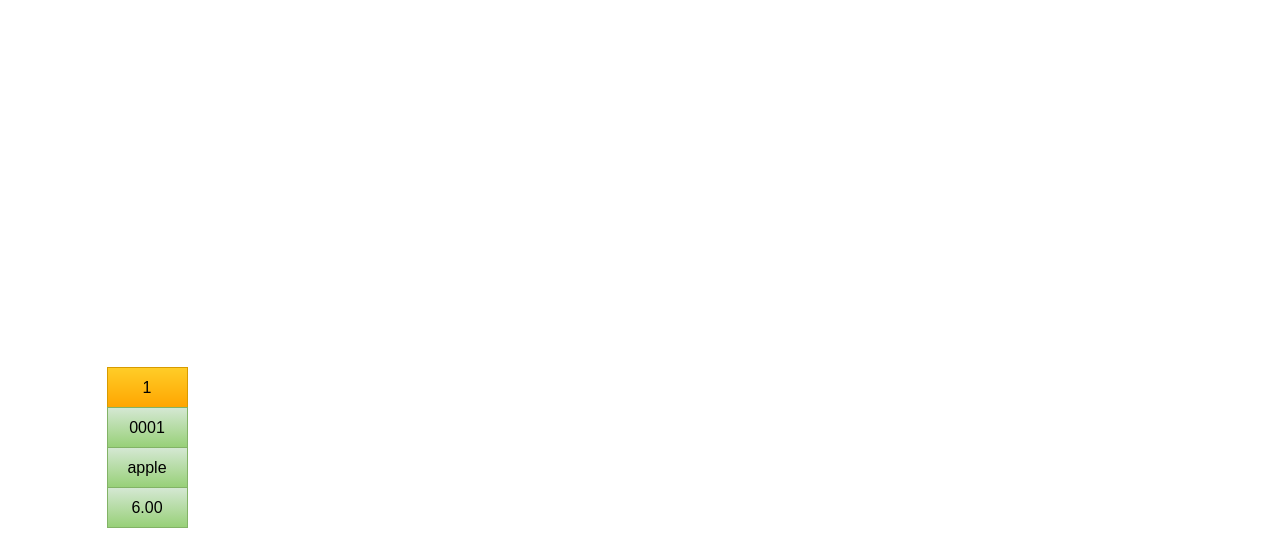
Before: mysql/索引/btree.drawio in xiaolincoder/ImageHost4, a draw.io diagram. Source tidied: cells renumbered, new cells numbered last; positions are measured from the earlier drawing's top-left corner, leaving out a move shared by most shapes. Both pictures are drawn from the tidied source at 100%, with x=0, y=0 at pixel (107, 367).
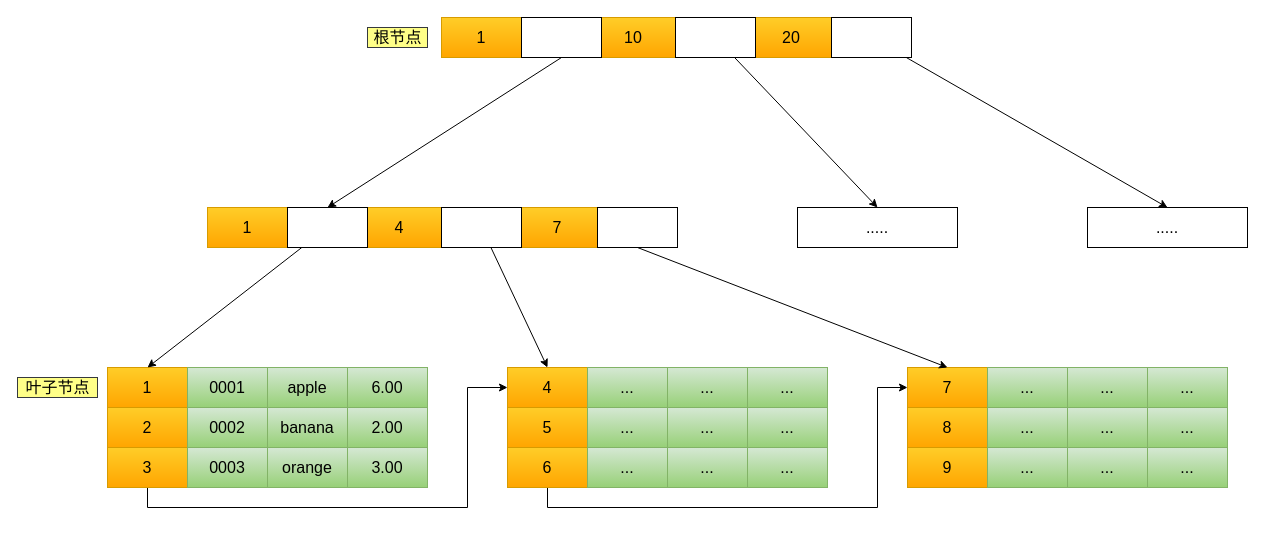
After the change.

The change refers to these unchanged cells:
```xml
<mxCell id="2" value="1" style="rounded=0;whiteSpace=wrap;html=1;fontSize=16;fillColor=#ffcd28;gradientColor=#ffa500;strokeColor=#d79b00;" parent="1" vertex="1">
  <mxGeometry width="80" height="40" as="geometry" />
</mxCell>
```

Change to the diagram source:
```diff
@@
     <mxCell id="3" value="0001" style="rounded=0;whiteSpace=wrap;html=1;fontSize=16;fillColor=#d5e8d4;gradientColor=#97d077;strokeColor=#82b366;" parent="1" vertex="1">
-      <mxGeometry y="40" width="80" height="40" as="geometry" />
+      <mxGeometry x="80" width="80" height="40" as="geometry" />
     </mxCell>
     <mxCell id="4" value="apple" style="rounded=0;whiteSpace=wrap;html=1;fontSize=16;fillColor=#d5e8d4;gradientColor=#97d077;strokeColor=#82b366;" parent="1" vertex="1">
-      <mxGeometry y="80" width="80" height="40" as="geometry" />
+      <mxGeometry x="160" width="80" height="40" as="geometry" />
     </mxCell>
     <mxCell id="5" value="6.00" style="rounded=0;whiteSpace=wrap;html=1;fontSize=16;fillColor=#d5e8d4;gradientColor=#97d077;strokeColor=#82b366;" parent="1" vertex="1">
-      <mxGeometry y="120" width="80" height="40" as="geometry" />
+      <mxGeometry x="240" width="80" height="40" as="geometry" />
     </mxCell>
+    <mxCell id="6" value="2" style="rounded=0;whiteSpace=wrap;html=1;fontSize=16;fillColor=#ffcd28;gradientColor=#ffa500;strokeColor=#d79b00;" parent="1" vertex="1">
+      <mxGeometry y="40" width="80" height="40" as="geometry" />
+    </mxCell>
+    <mxCell id="7" value="0002" style="rounded=0;whiteSpace=wrap;html=1;fontSize=16;fillColor=#d5e8d4;gradientColor=#97d077;strokeColor=#82b366;" parent="1" vertex="1">
+      <mxGeometry x="80" y="40" width="80" height="40" as="geometry" />
+    </mxCell>
+    <mxCell id="8" value="banana" style="rounded=0;whiteSpace=wrap;html=1;fontSize=16;fillColor=#d5e8d4;gradientColor=#97d077;strokeColor=#82b366;" parent="1" vertex="1">
+      <mxGeometry x="160" y="40" width="80" height="40" as="geometry" />
+    </mxCell>
+    <mxCell id="9" value="2.00" style="rounded=0;whiteSpace=wrap;html=1;fontSize=16;fillColor=#d5e8d4;gradientColor=#97d077;strokeColor=#82b366;" parent="1" vertex="1">
+      <mxGeometry x="240" y="40" width="80" height="40" as="geometry" />
+    </mxCell>
+    <mxCell id="10" value="1" style="rounded=0;whiteSpace=wrap;html=1;fontSize=16;fillColor=#ffcd28;gradientColor=#ffa500;strokeColor=#d79b00;" parent="1" vertex="1">
+      <mxGeometry x="100" y="-160" width="80" height="40" as="geometry" />
+    </mxCell>
+    <mxCell id="11" value="4" style="rounded=0;whiteSpace=wrap;html=1;fontSize=16;fillColor=#ffcd28;gradientColor=#ffa500;strokeColor=#d79b00;" parent="1" vertex="1">
+      <mxGeometry x="250" y="-160" width="84" height="40" as="geometry" />
+    </mxCell>
+    <mxCell id="12" value="7" style="rounded=0;whiteSpace=wrap;html=1;fontSize=16;fillColor=#ffcd28;gradientColor=#ffa500;strokeColor=#d79b00;" parent="1" vertex="1">
+      <mxGeometry x="410" y="-160" width="80" height="40" as="geometry" />
+    </mxCell>
+    <mxCell id="13" style="rounded=0;jettySize=auto;html=1;entryX=0;entryY=0.5;entryDx=0;entryDy=0;fontSize=16;exitX=0.5;exitY=1;exitDx=0;exitDy=0;edgeStyle=orthogonalEdgeStyle;" parent="1" edge="1" source="14" target="18">
+      <mxGeometry relative="1" as="geometry">
+        <Array as="points">
+          <mxPoint x="40" y="140" />
+          <mxPoint x="360" y="140" />
+          <mxPoint x="360" y="20" />
+        </Array>
+      </mxGeometry>
+    </mxCell>
+    <mxCell id="14" value="3" style="rounded=0;whiteSpace=wrap;html=1;fontSize=16;fillColor=#ffcd28;gradientColor=#ffa500;strokeColor=#d79b00;" parent="1" vertex="1">
+      <mxGeometry y="80" width="80" height="40" as="geometry" />
+    </mxCell>
+    <mxCell id="15" value="0003" style="rounded=0;whiteSpace=wrap;html=1;fontSize=16;fillColor=#d5e8d4;gradientColor=#97d077;strokeColor=#82b366;" parent="1" vertex="1">
+      <mxGeometry x="80" y="80" width="80" height="40" as="geometry" />
+    </mxCell>
+    <mxCell id="16" value="orange" style="rounded=0;whiteSpace=wrap;html=1;fontSize=16;fillColor=#d5e8d4;gradientColor=#97d077;strokeColor=#82b366;" parent="1" vertex="1">
+      <mxGeometry x="160" y="80" width="80" height="40" as="geometry" />
+    </mxCell>
+    <mxCell id="17" value="3.00" style="rounded=0;whiteSpace=wrap;html=1;fontSize=16;fillColor=#d5e8d4;gradientColor=#97d077;strokeColor=#82b366;" parent="1" vertex="1">
+      <mxGeometry x="240" y="80" width="80" height="40" as="geometry" />
+    </mxCell>
+    <mxCell id="18" value="4" style="rounded=0;whiteSpace=wrap;html=1;fontSize=16;fillColor=#ffcd28;gradientColor=#ffa500;strokeColor=#d79b00;" parent="1" vertex="1">
+      <mxGeometry x="400" width="80" height="40" as="geometry" />
+    </mxCell>
+    <mxCell id="19" value="..." style="rounded=0;whiteSpace=wrap;html=1;fontSize=16;fillColor=#d5e8d4;gradientColor=#97d077;strokeColor=#82b366;" parent="1" vertex="1">
+      <mxGeometry x="480" width="80" height="40" as="geometry" />
+    </mxCell>
+    <mxCell id="20" value="..." style="rounded=0;whiteSpace=wrap;html=1;fontSize=16;fillColor=#d5e8d4;gradientColor=#97d077;strokeColor=#82b366;" parent="1" vertex="1">
+      <mxGeometry x="560" width="80" height="40" as="geometry" />
+    </mxCell>
+    <mxCell id="21" value="..." style="rounded=0;whiteSpace=wrap;html=1;fontSize=16;fillColor=#d5e8d4;gradientColor=#97d077;strokeColor=#82b366;" parent="1" vertex="1">
+      <mxGeometry x="640" width="80" height="40" as="geometry" />
+    </mxCell>
+    <mxCell id="22" value="5" style="rounded=0;whiteSpace=wrap;html=1;fontSize=16;fillColor=#ffcd28;gradientColor=#ffa500;strokeColor=#d79b00;" parent="1" vertex="1">
+      <mxGeometry x="400" y="40" width="80" height="40" as="geometry" />
+    </mxCell>
+    <mxCell id="23" value="..." style="rounded=0;whiteSpace=wrap;html=1;fontSize=16;fillColor=#d5e8d4;gradientColor=#97d077;strokeColor=#82b366;" parent="1" vertex="1">
+      <mxGeometry x="480" y="40" width="80" height="40" as="geometry" />
+    </mxCell>
+    <mxCell id="24" value="..." style="rounded=0;whiteSpace=wrap;html=1;fontSize=16;fillColor=#d5e8d4;gradientColor=#97d077;strokeColor=#82b366;" parent="1" vertex="1">
+      <mxGeometry x="560" y="40" width="80" height="40" as="geometry" />
+    </mxCell>
+    <mxCell id="25" value="..." style="rounded=0;whiteSpace=wrap;html=1;fontSize=16;fillColor=#d5e8d4;gradientColor=#97d077;strokeColor=#82b366;" parent="1" vertex="1">
+      <mxGeometry x="640" y="40" width="80" height="40" as="geometry" />
+    </mxCell>
+    <mxCell id="26" style="edgeStyle=orthogonalEdgeStyle;rounded=0;jettySize=auto;html=1;entryX=0;entryY=0.5;entryDx=0;entryDy=0;fontSize=16;" parent="1" edge="1" source="27" target="31">
+      <mxGeometry relative="1" as="geometry">
+        <Array as="points">
+          <mxPoint x="440" y="140" />
+          <mxPoint x="770" y="140" />
+          <mxPoint x="770" y="20" />
+        </Array>
+      </mxGeometry>
+    </mxCell>
+    <mxCell id="27" value="6" style="rounded=0;whiteSpace=wrap;html=1;fontSize=16;fillColor=#ffcd28;gradientColor=#ffa500;strokeColor=#d79b00;" parent="1" vertex="1">
+      <mxGeometry x="400" y="80" width="80" height="40" as="geometry" />
+    </mxCell>
+    <mxCell id="28" value="..." style="rounded=0;whiteSpace=wrap;html=1;fontSize=16;fillColor=#d5e8d4;gradientColor=#97d077;strokeColor=#82b366;" parent="1" vertex="1">
+      <mxGeometry x="480" y="80" width="80" height="40" as="geometry" />
+    </mxCell>
+    <mxCell id="29" value="..." style="rounded=0;whiteSpace=wrap;html=1;fontSize=16;fillColor=#d5e8d4;gradientColor=#97d077;strokeColor=#82b366;" parent="1" vertex="1">
+      <mxGeometry x="560" y="80" width="80" height="40" as="geometry" />
+    </mxCell>
+    <mxCell id="30" value="..." style="rounded=0;whiteSpace=wrap;html=1;fontSize=16;fillColor=#d5e8d4;gradientColor=#97d077;strokeColor=#82b366;" parent="1" vertex="1">
+      <mxGeometry x="640" y="80" width="80" height="40" as="geometry" />
+    </mxCell>
+    <mxCell id="31" value="7" style="rounded=0;whiteSpace=wrap;html=1;fontSize=16;fillColor=#ffcd28;gradientColor=#ffa500;strokeColor=#d79b00;" parent="1" vertex="1">
+      <mxGeometry x="800" width="80" height="40" as="geometry" />
+    </mxCell>
+    <mxCell id="32" value="..." style="rounded=0;whiteSpace=wrap;html=1;fontSize=16;fillColor=#d5e8d4;gradientColor=#97d077;strokeColor=#82b366;" parent="1" vertex="1">
+      <mxGeometry x="880" width="80" height="40" as="geometry" />
+    </mxCell>
+    <mxCell id="33" value="..." style="rounded=0;whiteSpace=wrap;html=1;fontSize=16;fillColor=#d5e8d4;gradientColor=#97d077;strokeColor=#82b366;" parent="1" vertex="1">
+      <mxGeometry x="960" width="80" height="40" as="geometry" />
+    </mxCell>
+    <mxCell id="34" value="..." style="rounded=0;whiteSpace=wrap;html=1;fontSize=16;fillColor=#d5e8d4;gradientColor=#97d077;strokeColor=#82b366;" parent="1" vertex="1">
+      <mxGeometry x="1040" width="80" height="40" as="geometry" />
+    </mxCell>
+    <mxCell id="35" value="8" style="rounded=0;whiteSpace=wrap;html=1;fontSize=16;fillColor=#ffcd28;gradientColor=#ffa500;strokeColor=#d79b00;" parent="1" vertex="1">
+      <mxGeometry x="800" y="40" width="80" height="40" as="geometry" />
+    </mxCell>
+    <mxCell id="36" value="..." style="rounded=0;whiteSpace=wrap;html=1;fontSize=16;fillColor=#d5e8d4;gradientColor=#97d077;strokeColor=#82b366;" parent="1" vertex="1">
+      <mxGeometry x="880" y="40" width="80" height="40" as="geometry" />
+    </mxCell>
+    <mxCell id="37" value="..." style="rounded=0;whiteSpace=wrap;html=1;fontSize=16;fillColor=#d5e8d4;gradientColor=#97d077;strokeColor=#82b366;" parent="1" vertex="1">
+      <mxGeometry x="960" y="40" width="80" height="40" as="geometry" />
+    </mxCell>
+    <mxCell id="38" value="..." style="rounded=0;whiteSpace=wrap;html=1;fontSize=16;fillColor=#d5e8d4;gradientColor=#97d077;strokeColor=#82b366;" parent="1" vertex="1">
+      <mxGeometry x="1040" y="40" width="80" height="40" as="geometry" />
+    </mxCell>
+    <mxCell id="39" value="9" style="rounded=0;whiteSpace=wrap;html=1;fontSize=16;fillColor=#ffcd28;gradientColor=#ffa500;strokeColor=#d79b00;" parent="1" vertex="1">
+      <mxGeometry x="800" y="80" width="80" height="40" as="geometry" />
+    </mxCell>
+    <mxCell id="40" value="..." style="rounded=0;whiteSpace=wrap;html=1;fontSize=16;fillColor=#d5e8d4;gradientColor=#97d077;strokeColor=#82b366;" parent="1" vertex="1">
+      <mxGeometry x="880" y="80" width="80" height="40" as="geometry" />
+    </mxCell>
+    <mxCell id="41" value="..." style="rounded=0;whiteSpace=wrap;html=1;fontSize=16;fillColor=#d5e8d4;gradientColor=#97d077;strokeColor=#82b366;" parent="1" vertex="1">
+      <mxGeometry x="960" y="80" width="80" height="40" as="geometry" />
+    </mxCell>
+    <mxCell id="42" value="..." style="rounded=0;whiteSpace=wrap;html=1;fontSize=16;fillColor=#d5e8d4;gradientColor=#97d077;strokeColor=#82b366;" parent="1" vertex="1">
+      <mxGeometry x="1040" y="80" width="80" height="40" as="geometry" />
+    </mxCell>
+    <mxCell id="43" style="edgeStyle=none;rounded=0;jettySize=auto;html=1;entryX=0.5;entryY=0;entryDx=0;entryDy=0;fontSize=16;" parent="1" edge="1" source="44" target="2">
+      <mxGeometry relative="1" as="geometry" />
+    </mxCell>
+    <mxCell id="44" style="rounded=0;whiteSpace=wrap;html=1;fontSize=16;" parent="1" vertex="1">
+      <mxGeometry x="180" y="-160" width="80" height="40" as="geometry" />
+    </mxCell>
+    <mxCell id="45" style="edgeStyle=none;rounded=0;jettySize=auto;html=1;entryX=0.5;entryY=0;entryDx=0;entryDy=0;fontSize=16;" parent="1" edge="1" source="46" target="18">
+      <mxGeometry relative="1" as="geometry" />
+    </mxCell>
+    <mxCell id="46" style="rounded=0;whiteSpace=wrap;html=1;fontSize=16;" parent="1" vertex="1">
+      <mxGeometry x="334" y="-160" width="80" height="40" as="geometry" />
+    </mxCell>
+    <mxCell id="47" style="edgeStyle=none;rounded=0;jettySize=auto;html=1;entryX=0.5;entryY=0;entryDx=0;entryDy=0;fontSize=16;exitX=0.5;exitY=1;exitDx=0;exitDy=0;" parent="1" edge="1" source="48" target="31">
+      <mxGeometry relative="1" as="geometry" />
+    </mxCell>
+    <mxCell id="48" style="rounded=0;whiteSpace=wrap;html=1;fontSize=16;" parent="1" vertex="1">
+      <mxGeometry x="490" y="-160" width="80" height="40" as="geometry" />
+    </mxCell>
+    <mxCell id="49" value="....." style="rounded=0;whiteSpace=wrap;html=1;fontSize=16;" parent="1" vertex="1">
+      <mxGeometry x="690" y="-160" width="160" height="40" as="geometry" />
+    </mxCell>
+    <mxCell id="50" value="....." style="rounded=0;whiteSpace=wrap;html=1;fontSize=16;" parent="1" vertex="1">
+      <mxGeometry x="980" y="-160" width="160" height="40" as="geometry" />
+    </mxCell>
+    <mxCell id="51" value="1" style="rounded=0;whiteSpace=wrap;html=1;fontSize=16;fillColor=#ffcd28;gradientColor=#ffa500;strokeColor=#d79b00;" parent="1" vertex="1">
+      <mxGeometry x="334" y="-350" width="80" height="40" as="geometry" />
+    </mxCell>
+    <mxCell id="52" value="10" style="rounded=0;whiteSpace=wrap;html=1;fontSize=16;fillColor=#ffcd28;gradientColor=#ffa500;strokeColor=#d79b00;" parent="1" vertex="1">
+      <mxGeometry x="484" y="-350" width="84" height="40" as="geometry" />
+    </mxCell>
+    <mxCell id="53" value="20" style="rounded=0;whiteSpace=wrap;html=1;fontSize=16;fillColor=#ffcd28;gradientColor=#ffa500;strokeColor=#d79b00;" parent="1" vertex="1">
+      <mxGeometry x="644" y="-350" width="80" height="40" as="geometry" />
+    </mxCell>
+    <mxCell id="54" style="rounded=0;jettySize=auto;html=1;entryX=0.5;entryY=0;entryDx=0;entryDy=0;fontSize=16;exitX=0.5;exitY=1;exitDx=0;exitDy=0;" parent="1" edge="1" source="55" target="44">
+      <mxGeometry relative="1" as="geometry" />
+    </mxCell>
+    <mxCell id="55" style="rounded=0;whiteSpace=wrap;html=1;fontSize=16;" parent="1" vertex="1">
+      <mxGeometry x="414" y="-350" width="80" height="40" as="geometry" />
+    </mxCell>
+    <mxCell id="56" style="edgeStyle=none;rounded=0;jettySize=auto;html=1;entryX=0.5;entryY=0;entryDx=0;entryDy=0;fontSize=16;" parent="1" edge="1" source="57" target="49">
+      <mxGeometry relative="1" as="geometry" />
+    </mxCell>
+    <mxCell id="57" style="rounded=0;whiteSpace=wrap;html=1;fontSize=16;" parent="1" vertex="1">
+      <mxGeometry x="568" y="-350" width="80" height="40" as="geometry" />
+    </mxCell>
+    <mxCell id="58" style="edgeStyle=none;rounded=0;jettySize=auto;html=1;entryX=0.5;entryY=0;entryDx=0;entryDy=0;fontSize=16;" parent="1" edge="1" source="59" target="50">
+      <mxGeometry relative="1" as="geometry" />
+    </mxCell>
+    <mxCell id="59" style="rounded=0;whiteSpace=wrap;html=1;fontSize=16;" parent="1" vertex="1">
+      <mxGeometry x="724" y="-350" width="80" height="40" as="geometry" />
+    </mxCell>
+    <mxCell id="60" value="根节点" style="text;html=1;align=center;verticalAlign=middle;strokeColor=#36393d;fillColor=#ffff88;fontSize=16;" parent="1" vertex="1">
+      <mxGeometry x="260" y="-340" width="60" height="20" as="geometry" />
+    </mxCell>
+    <mxCell id="61" value="叶子节点" style="text;html=1;align=center;verticalAlign=middle;strokeColor=#36393d;fillColor=#ffff88;fontSize=16;" parent="1" vertex="1">
+      <mxGeometry x="-90" y="10" width="80" height="20" as="geometry" />
+    </mxCell>
```
